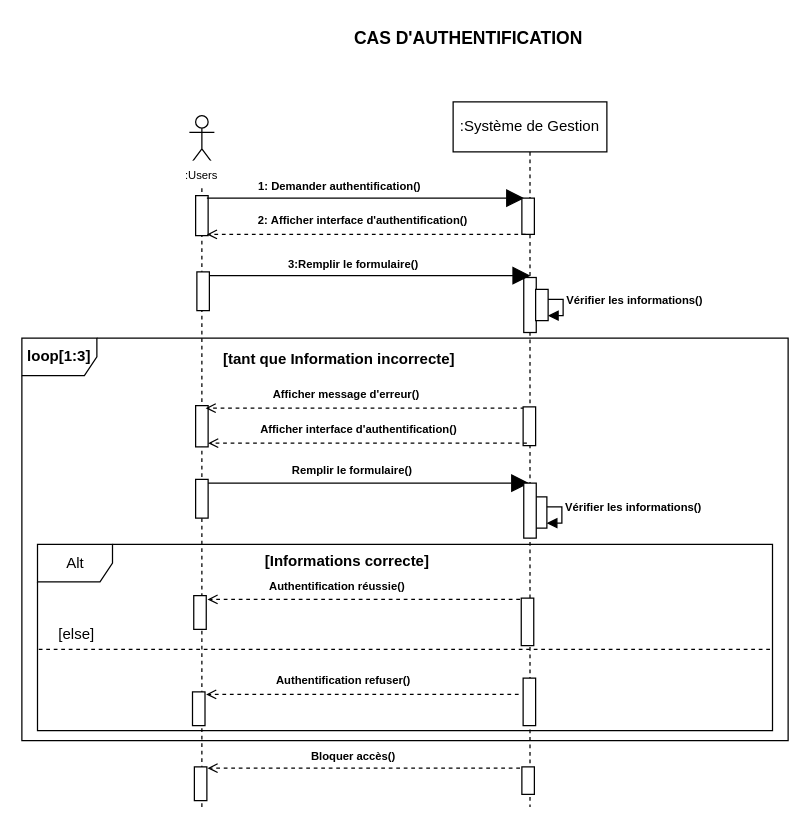
The draw.io diagram connexion.drawio in louis-fresnel99/TpGasaL1, before the edit. Source tidied: cells renumbered, new cells numbered last; positions are measured from the earlier drawing's top-left corner, leaving out a move shared by most shapes. Both pictures are drawn from the tidied source at 125%, with x=0, y=0 at pixel (21, 21).
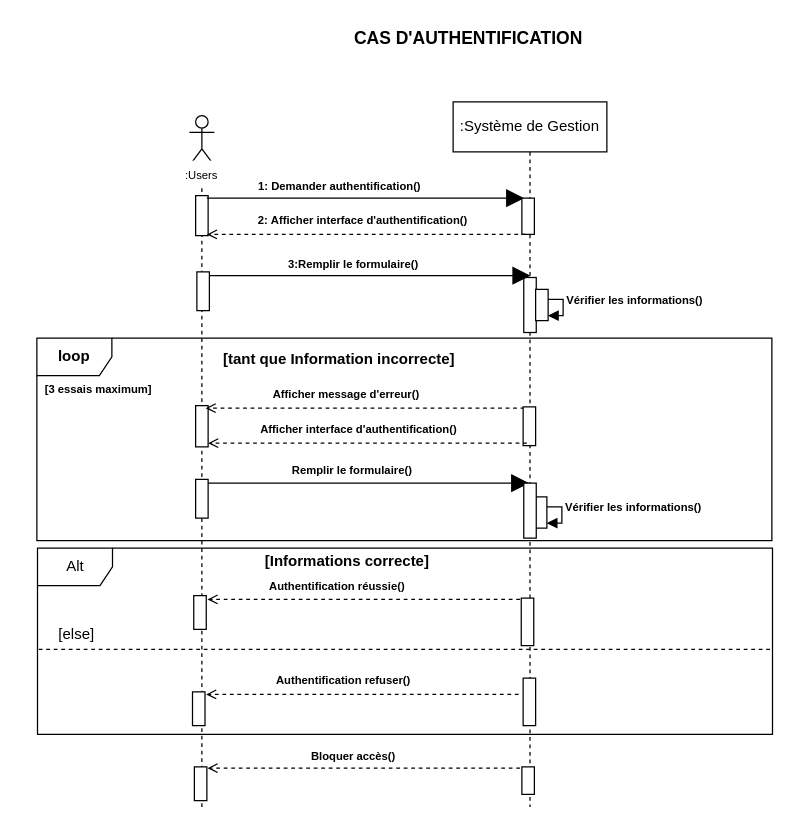
Above is the later version.

Commit message:
Mettre à jour connexion.drawio

What changed in the source:
```diff
@@
-    <mxCell id="16" value="&lt;b&gt;loop[1:3]&lt;/b&gt;" style="shape=umlFrame;whiteSpace=wrap;html=1;" parent="1" vertex="1">
-      <mxGeometry y="253" width="613" height="322" as="geometry" />
+    <mxCell id="16" value="&lt;b&gt;loop&lt;/b&gt;" style="shape=umlFrame;whiteSpace=wrap;html=1;" parent="1" vertex="1">
+      <mxGeometry x="12" y="253" width="588" height="162" as="geometry" />
     </mxCell>
@@
     <mxCell id="28" value="Alt" style="shape=umlFrame;whiteSpace=wrap;html=1;" parent="1" vertex="1">
-      <mxGeometry x="12.5" y="418" width="588" height="149" as="geometry" />
+      <mxGeometry x="12.5" y="421" width="588" height="149" as="geometry" />
     </mxCell>
@@
+    <mxCell id="48" value="&lt;b&gt;&lt;font style=&quot;font-size: 9px;&quot;&gt;[3 essais maximum]&lt;/font&gt;&lt;/b&gt;" style="text;html=1;align=center;verticalAlign=middle;whiteSpace=wrap;rounded=0;" parent="1" vertex="1">
+      <mxGeometry x="2" y="278" width="119" height="30" as="geometry" />
+    </mxCell>
```
